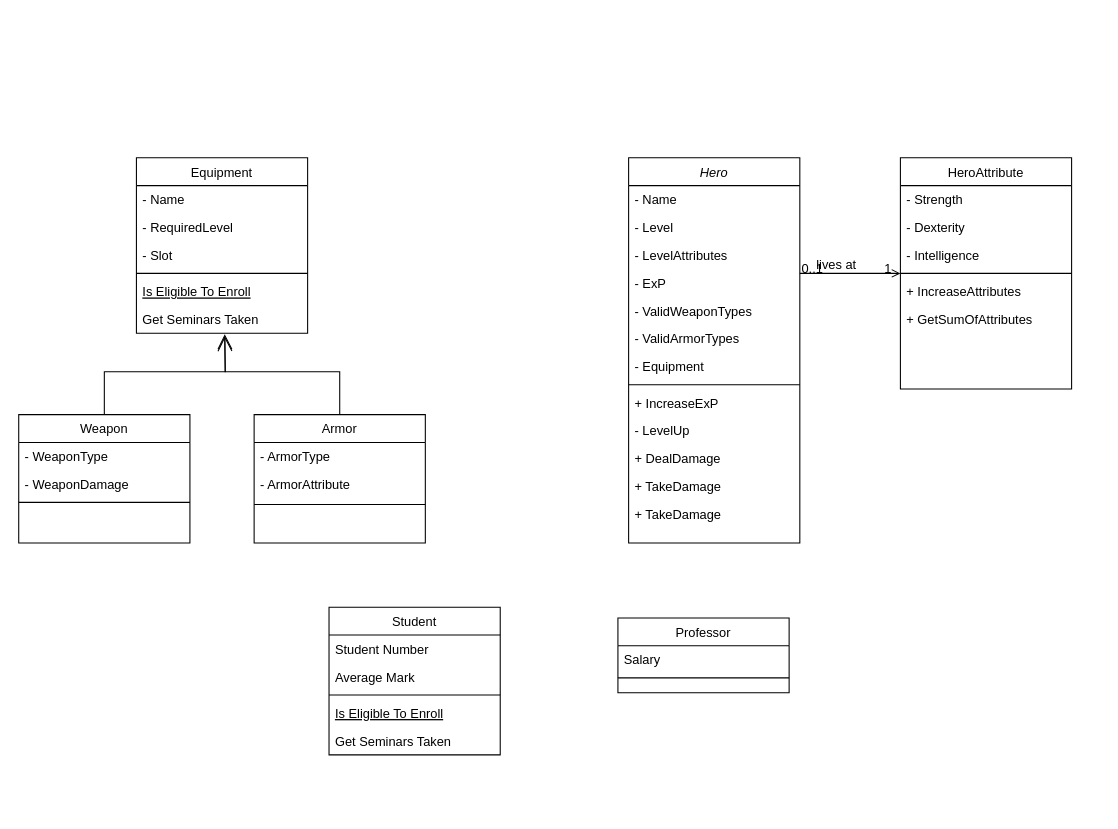
vegardandersson/additional-files keeps this draw.io diagram as rpggame.drawio. Above is the earlier version. Source tidied: cells renumbered, new cells numbered last; positions are measured from the earlier drawing's top-left corner, leaving out a move shared by most shapes. Both pictures are drawn from the tidied source at 107%, with x=0, y=0 at pixel (18, 157).
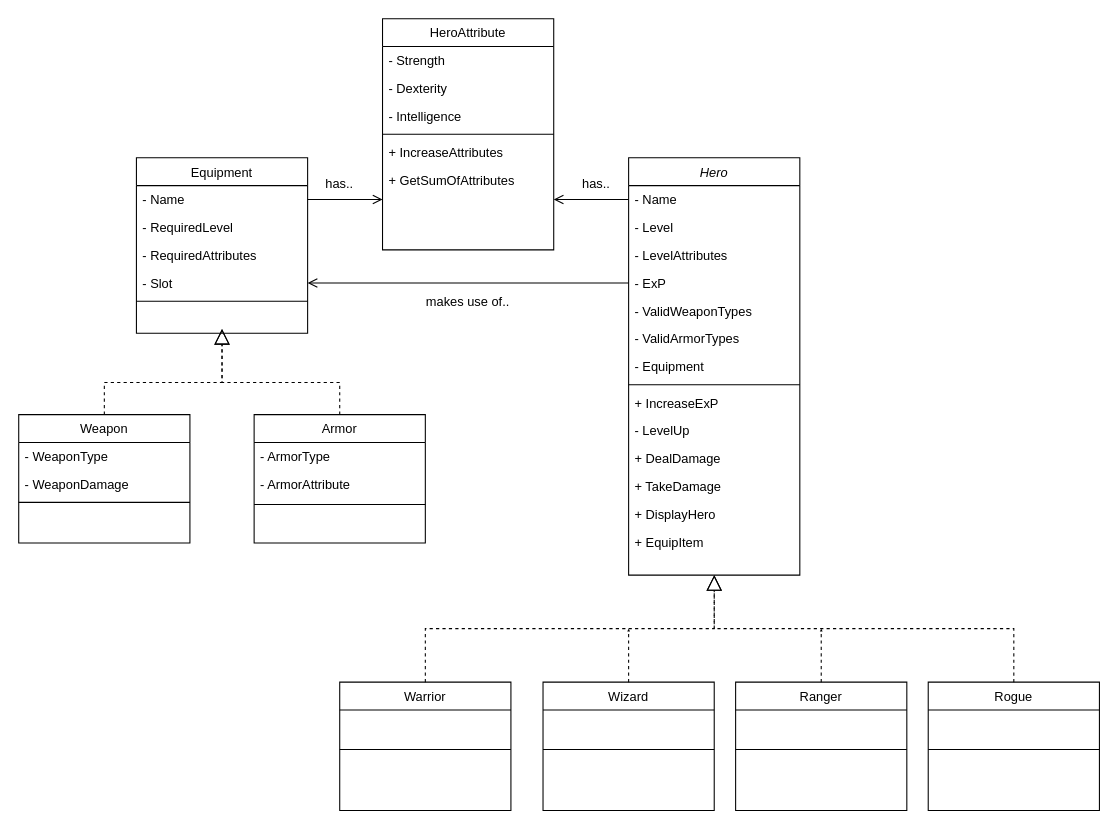
After the change.

Unchanged cells that the change refers to:
```xml
<mxCell id="3" value="- Name" style="text;align=left;verticalAlign=top;spacingLeft=4;spacingRight=4;overflow=hidden;points=[[0,0.5],[1,0.5]];portConstraint=eastwest;" parent="2" vertex="1">
  <mxGeometry y="26" width="160" height="26" as="geometry" />
</mxCell>
<mxCell id="6" value="- ExP" style="text;align=left;verticalAlign=top;spacingLeft=4;spacingRight=4;overflow=hidden;points=[[0,0.5],[1,0.5]];portConstraint=eastwest;rounded=0;shadow=0;html=0;" parent="2" vertex="1">
  <mxGeometry y="104" width="160" height="26" as="geometry" />
</mxCell>
<mxCell id="36" value="Equipment" style="swimlane;fontStyle=0;align=center;verticalAlign=top;horizontal=1;startSize=26;rounded=0;shadow=0;strokeWidth=1;" parent="1" vertex="1">
  <mxGeometry x="110" width="160" height="164" as="geometry" />
</mxCell>
<mxCell id="37" value="- Name" style="text;align=left;verticalAlign=top;spacingLeft=4;spacingRight=4;overflow=hidden;points=[[0,0.5],[1,0.5]];portConstraint=eastwest;" parent="36" vertex="1">
  <mxGeometry y="26" width="160" height="26" as="geometry" />
</mxCell>
<mxCell id="43" value="Weapon" style="swimlane;fontStyle=0;align=center;verticalAlign=top;horizontal=1;startSize=26;rounded=0;shadow=0;strokeWidth=1;" parent="1" vertex="1">
  <mxGeometry y="240" width="160" height="120" as="geometry" />
</mxCell>
<mxCell id="47" value="Armor" style="swimlane;fontStyle=0;align=center;verticalAlign=top;horizontal=1;startSize=26;rounded=0;shadow=0;strokeWidth=1;" parent="1" vertex="1">
  <mxGeometry x="220" y="240" width="160" height="120" as="geometry" />
</mxCell>
```

What changed in the source:
```diff
@@
     <mxCell id="2" value="Hero" style="swimlane;fontStyle=2;align=center;verticalAlign=top;horizontal=1;startSize=26;rounded=0;shadow=0;strokeWidth=1;" parent="1" vertex="1">
-      <mxGeometry x="570" width="160" height="360" as="geometry" />
+      <mxGeometry x="570" width="160" height="390" as="geometry" />
     </mxCell>
@@
-    <mxCell id="15" value="+ TakeDamage" style="text;align=left;verticalAlign=top;spacingLeft=4;spacingRight=4;overflow=hidden;rounded=0;shadow=0;html=0;" parent="2" vertex="1">
+    <mxCell id="15" value="+ DisplayHero" style="text;align=left;verticalAlign=top;spacingLeft=4;spacingRight=4;overflow=hidden;rounded=0;shadow=0;html=0;" parent="2" vertex="1">
       <mxGeometry y="320" width="160" height="26" as="geometry" />
     </mxCell>
-    <mxCell id="16" value="Student" style="swimlane;fontStyle=0;align=center;verticalAlign=top;horizontal=1;startSize=26;rounded=0;shadow=0;strokeWidth=1;" parent="1" vertex="1">
-      <mxGeometry x="290" y="420" width="160" height="138" as="geometry" />
-    </mxCell>
-    <mxCell id="17" value="Student Number" style="text;align=left;verticalAlign=top;spacingLeft=4;spacingRight=4;overflow=hidden;" parent="16" vertex="1">
-      <mxGeometry y="26" width="160" height="26" as="geometry" />
-    </mxCell>
-    <mxCell id="18" value="Average Mark" style="text;align=left;verticalAlign=top;spacingLeft=4;spacingRight=4;overflow=hidden;rounded=0;shadow=0;html=0;" parent="16" vertex="1">
-      <mxGeometry y="52" width="160" height="26" as="geometry" />
-    </mxCell>
-    <mxCell id="19" style="line;html=1;strokeWidth=1;align=left;verticalAlign=middle;spacingTop=-1;spacingLeft=3;spacingRight=3;labelPosition=right;" parent="16" vertex="1">
-      <mxGeometry y="78" width="160" height="8" as="geometry" />
-    </mxCell>
-    <mxCell id="20" value="Is Eligible To Enroll" style="text;align=left;verticalAlign=top;spacingLeft=4;spacingRight=4;overflow=hidden;fontStyle=4;" parent="16" vertex="1">
-      <mxGeometry y="86" width="160" height="26" as="geometry" />
-    </mxCell>
-    <mxCell id="21" value="Get Seminars Taken" style="text;align=left;verticalAlign=top;spacingLeft=4;spacingRight=4;overflow=hidden;" parent="16" vertex="1">
-      <mxGeometry y="112" width="160" height="26" as="geometry" />
-    </mxCell>
-    <mxCell id="22" value="Professor" style="swimlane;fontStyle=0;align=center;verticalAlign=top;horizontal=1;startSize=26;rounded=0;shadow=0;strokeWidth=1;" parent="1" vertex="1">
-      <mxGeometry x="560" y="430" width="160" height="70" as="geometry" />
-    </mxCell>
-    <mxCell id="23" value="Salary" style="text;align=left;verticalAlign=top;spacingLeft=4;spacingRight=4;overflow=hidden;" parent="22" vertex="1">
-      <mxGeometry y="26" width="160" height="26" as="geometry" />
-    </mxCell>
-    <mxCell id="24" style="line;html=1;strokeWidth=1;align=left;verticalAlign=middle;spacingTop=-1;spacingLeft=3;spacingRight=3;labelPosition=right;" parent="22" vertex="1">
-      <mxGeometry y="52" width="160" height="8" as="geometry" />
-    </mxCell>
+    <mxCell id="53" value="+ EquipItem" style="text;align=left;verticalAlign=top;spacingLeft=4;spacingRight=4;overflow=hidden;rounded=0;shadow=0;html=0;" parent="2" vertex="1">
+      <mxGeometry y="346" width="160" height="26" as="geometry" />
+    </mxCell>
     <mxCell id="25" value="HeroAttribute" style="swimlane;fontStyle=0;align=center;verticalAlign=top;horizontal=1;startSize=26;rounded=0;shadow=0;strokeWidth=1;" parent="1" vertex="1">
-      <mxGeometry x="824" width="160" height="216" as="geometry" />
+      <mxGeometry x="340" y="-130" width="160" height="216" as="geometry" />
     </mxCell>
@@
-    <mxCell id="32" style="endArrow=open;shadow=0;strokeWidth=1;rounded=0;endFill=1;edgeStyle=elbowEdgeStyle;elbow=vertical;" parent="1" edge="1" source="2" target="25">
-      <mxGeometry x="0.5" y="41" relative="1" as="geometry">
-        <mxPoint x="-40" y="32" as="offset" />
-      </mxGeometry>
-    </mxCell>
-    <mxCell id="33" value="0..1" style="align=left;verticalAlign=bottom;labelBackgroundColor=none;fontSize=12;" parent="32" vertex="1">
-      <mxGeometry x="-1" relative="1" as="geometry">
-        <mxPoint y="4" as="offset" />
-      </mxGeometry>
-    </mxCell>
-    <mxCell id="34" value="1" style="align=right;verticalAlign=bottom;labelBackgroundColor=none;fontSize=12;" parent="32" vertex="1">
-      <mxGeometry x="1" relative="1" as="geometry">
-        <mxPoint x="-7" y="4" as="offset" />
-      </mxGeometry>
-    </mxCell>
-    <mxCell id="35" value="lives at" style="text;html=1;align=center;verticalAlign=middle;labelBackgroundColor=none;rounded=0;shadow=0;strokeWidth=1;fontSize=12;" parent="32" vertex="1">
-      <mxGeometry x="0.5" y="49" relative="1" as="geometry">
-        <mxPoint x="-38" y="40" as="offset" />
-      </mxGeometry>
-    </mxCell>
@@
+    <mxCell id="54" value="- RequiredAttributes" style="text;align=left;verticalAlign=top;spacingLeft=4;spacingRight=4;overflow=hidden;rounded=0;shadow=0;html=0;" parent="36" vertex="1">
+      <mxGeometry y="78" width="160" height="26" as="geometry" />
+    </mxCell>
     <mxCell id="39" value="- Slot" style="text;align=left;verticalAlign=top;spacingLeft=4;spacingRight=4;overflow=hidden;rounded=0;shadow=0;html=0;" parent="36" vertex="1">
-      <mxGeometry y="78" width="160" height="26" as="geometry" />
+      <mxGeometry y="104" width="160" height="26" as="geometry" />
     </mxCell>
     <mxCell id="40" style="line;html=1;strokeWidth=1;align=left;verticalAlign=middle;spacingTop=-1;spacingLeft=3;spacingRight=3;labelPosition=right;" parent="36" vertex="1">
-      <mxGeometry y="104" width="160" height="8" as="geometry" />
+      <mxGeometry y="130" width="160" height="8" as="geometry" />
     </mxCell>
-    <mxCell id="41" value="Is Eligible To Enroll" style="text;align=left;verticalAlign=top;spacingLeft=4;spacingRight=4;overflow=hidden;fontStyle=4;" parent="36" vertex="1">
-      <mxGeometry y="112" width="160" height="26" as="geometry" />
-    </mxCell>
-    <mxCell id="42" value="Get Seminars Taken" style="text;align=left;verticalAlign=top;spacingLeft=4;spacingRight=4;overflow=hidden;points=[[0,0.5],[1,0.5]];portConstraint=eastwest;" parent="36" vertex="1">
-      <mxGeometry y="138" width="160" height="26" as="geometry" />
-    </mxCell>
@@
-    <mxCell id="51" style="endArrow=open;endFill=1;endSize=12;html=1;rounded=0;exitX=0.5;exitY=0;exitDx=0;exitDy=0;entryX=0.516;entryY=1.03;entryDx=0;entryDy=0;entryPerimeter=0;" parent="1" edge="1" source="43" target="42">
-      <mxGeometry relative="1" as="geometry">
-        <Array as="points">
-          <mxPoint x="80" y="200" />
-          <mxPoint x="193" y="200" />
-        </Array>
-      </mxGeometry>
-    </mxCell>
-    <mxCell id="52" style="endArrow=open;endFill=1;endSize=12;html=1;rounded=0;exitX=0.5;exitY=0;exitDx=0;exitDy=0;entryX=0.516;entryY=1.098;entryDx=0;entryDy=0;entryPerimeter=0;" parent="1" edge="1" source="47" target="42">
-      <mxGeometry relative="1" as="geometry">
-        <Array as="points">
-          <mxPoint x="300" y="200" />
-          <mxPoint x="193" y="200" />
-        </Array>
-      </mxGeometry>
-    </mxCell>
+    <mxCell id="55" style="endArrow=block;dashed=1;endFill=0;endSize=12;html=1;rounded=0;exitX=0.5;exitY=0;exitDx=0;exitDy=0;" parent="1" edge="1" source="47">
+      <mxGeometry relative="1" as="geometry">
+        <mxPoint x="190" y="160" as="targetPoint" />
+        <Array as="points">
+          <mxPoint x="300" y="210" />
+          <mxPoint x="190" y="210" />
+        </Array>
+      </mxGeometry>
+    </mxCell>
+    <mxCell id="56" style="endArrow=block;dashed=1;endFill=0;endSize=12;html=1;rounded=0;exitX=0.5;exitY=0;exitDx=0;exitDy=0;" parent="1" edge="1" source="43">
+      <mxGeometry relative="1" as="geometry">
+        <mxPoint x="190" y="160" as="targetPoint" />
+        <Array as="points">
+          <mxPoint x="80" y="210" />
+          <mxPoint x="190" y="210" />
+        </Array>
+      </mxGeometry>
+    </mxCell>
+    <mxCell id="57" style="endArrow=open;endFill=1;endSize=7;html=1;rounded=0;exitX=1;exitY=0.5;exitDx=0;exitDy=0;" parent="1" edge="1" source="37">
+      <mxGeometry relative="1" as="geometry">
+        <mxPoint x="340" y="39" as="targetPoint" />
+      </mxGeometry>
+    </mxCell>
+    <mxCell id="58" style="endArrow=open;endFill=1;endSize=7;html=1;rounded=0;exitX=0;exitY=0.5;exitDx=0;exitDy=0;" parent="1" edge="1" source="3">
+      <mxGeometry relative="1" as="geometry">
+        <mxPoint x="500" y="39" as="targetPoint" />
+      </mxGeometry>
+    </mxCell>
+    <mxCell id="59" style="endArrow=open;endFill=1;endSize=7;html=1;rounded=0;exitX=0;exitY=0.5;exitDx=0;exitDy=0;" parent="1" edge="1" source="6">
+      <mxGeometry relative="1" as="geometry">
+        <mxPoint x="270" y="117" as="targetPoint" />
+      </mxGeometry>
+    </mxCell>
+    <mxCell id="60" value="has.." style="text;html=1;strokeColor=none;fillColor=none;align=center;verticalAlign=middle;whiteSpace=wrap;rounded=0;" parent="1" vertex="1">
+      <mxGeometry x="510" y="10" width="60" height="30" as="geometry" />
+    </mxCell>
+    <mxCell id="61" value="has.." style="text;html=1;strokeColor=none;fillColor=none;align=center;verticalAlign=middle;whiteSpace=wrap;rounded=0;" parent="1" vertex="1">
+      <mxGeometry x="270" y="10" width="60" height="30" as="geometry" />
+    </mxCell>
+    <mxCell id="62" value="makes use of.." style="text;html=1;strokeColor=none;fillColor=none;align=center;verticalAlign=middle;whiteSpace=wrap;rounded=0;" parent="1" vertex="1">
+      <mxGeometry x="370" y="120" width="100" height="30" as="geometry" />
+    </mxCell>
+    <mxCell id="63" value="Warrior" style="swimlane;fontStyle=0;align=center;verticalAlign=top;horizontal=1;startSize=26;rounded=0;shadow=0;strokeWidth=1;" parent="1" vertex="1">
+      <mxGeometry x="300" y="490" width="160" height="120" as="geometry" />
+    </mxCell>
+    <mxCell id="64" style="line;html=1;strokeWidth=1;align=left;verticalAlign=middle;spacingTop=-1;spacingLeft=3;spacingRight=3;labelPosition=right;" parent="63" vertex="1">
+      <mxGeometry y="26" width="160" height="74" as="geometry" />
+    </mxCell>
+    <mxCell id="65" value="Wizard" style="swimlane;fontStyle=0;align=center;verticalAlign=top;horizontal=1;startSize=26;rounded=0;shadow=0;strokeWidth=1;" parent="1" vertex="1">
+      <mxGeometry x="490" y="490" width="160" height="120" as="geometry" />
+    </mxCell>
+    <mxCell id="66" style="line;html=1;strokeWidth=1;align=left;verticalAlign=middle;spacingTop=-1;spacingLeft=3;spacingRight=3;labelPosition=right;" parent="65" vertex="1">
+      <mxGeometry y="26" width="160" height="74" as="geometry" />
+    </mxCell>
+    <mxCell id="67" value="Ranger" style="swimlane;fontStyle=0;align=center;verticalAlign=top;horizontal=1;startSize=26;rounded=0;shadow=0;strokeWidth=1;" parent="1" vertex="1">
+      <mxGeometry x="670" y="490" width="160" height="120" as="geometry" />
+    </mxCell>
+    <mxCell id="68" style="line;html=1;strokeWidth=1;align=left;verticalAlign=middle;spacingTop=-1;spacingLeft=3;spacingRight=3;labelPosition=right;" parent="67" vertex="1">
+      <mxGeometry y="26" width="160" height="74" as="geometry" />
+    </mxCell>
+    <mxCell id="69" value="Rogue" style="swimlane;fontStyle=0;align=center;verticalAlign=top;horizontal=1;startSize=26;rounded=0;shadow=0;strokeWidth=1;" parent="1" vertex="1">
+      <mxGeometry x="850" y="490" width="160" height="120" as="geometry" />
+    </mxCell>
+    <mxCell id="70" style="line;html=1;strokeWidth=1;align=left;verticalAlign=middle;spacingTop=-1;spacingLeft=3;spacingRight=3;labelPosition=right;" parent="69" vertex="1">
+      <mxGeometry y="26" width="160" height="74" as="geometry" />
+    </mxCell>
+    <mxCell id="71" style="endArrow=block;dashed=1;endFill=0;endSize=12;html=1;rounded=0;exitX=0.5;exitY=0;exitDx=0;exitDy=0;entryX=0.5;entryY=1;entryDx=0;entryDy=0;" parent="1" edge="1" source="63" target="2">
+      <mxGeometry relative="1" as="geometry">
+        <Array as="points">
+          <mxPoint x="380" y="440" />
+          <mxPoint x="650" y="440" />
+        </Array>
+      </mxGeometry>
+    </mxCell>
+    <mxCell id="72" style="endArrow=block;dashed=1;endFill=0;endSize=12;html=1;rounded=0;exitX=0.5;exitY=0;exitDx=0;exitDy=0;entryX=0.5;entryY=1;entryDx=0;entryDy=0;" parent="1" edge="1" source="69" target="2">
+      <mxGeometry relative="1" as="geometry">
+        <Array as="points">
+          <mxPoint x="930" y="440" />
+          <mxPoint x="650" y="440" />
+        </Array>
+      </mxGeometry>
+    </mxCell>
+    <mxCell id="73" style="endArrow=block;dashed=1;endFill=0;endSize=0;html=1;rounded=0;exitX=0.5;exitY=0;exitDx=0;exitDy=0;" parent="1" edge="1" source="65">
+      <mxGeometry relative="1" as="geometry">
+        <mxPoint x="570" y="440" as="targetPoint" />
+      </mxGeometry>
+    </mxCell>
+    <mxCell id="74" style="endArrow=block;dashed=1;endFill=0;endSize=0;html=1;rounded=0;exitX=0.5;exitY=0;exitDx=0;exitDy=0;" parent="1" edge="1" source="67">
+      <mxGeometry relative="1" as="geometry">
+        <mxPoint x="750" y="440" as="targetPoint" />
+      </mxGeometry>
+    </mxCell>
```
